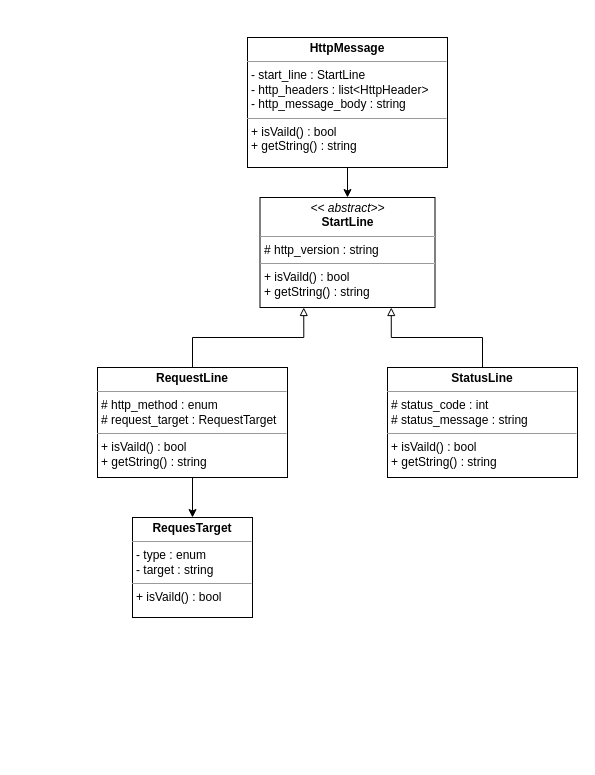
wkdtpgns5016/webserve keeps this draw.io diagram as page "HttpMessage" (2 of 3) of docs/Diagram.drawio. Above is the earlier version. Source tidied: cells renumbered, new cells numbered last; positions are measured from the earlier drawing's top-left corner, leaving out a move shared by most shapes. Both pictures are drawn from the tidied source at 100%, with x=0, y=0 at pixel (97, 37).
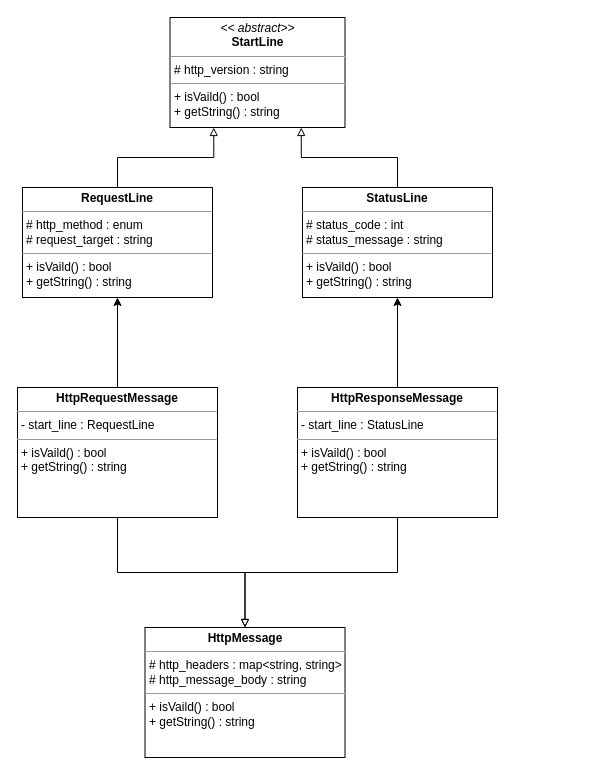
The same diagram, later.

Commit message (it also covers changes not shown here):
[Docs] HttpMessage 클래스 명세서 및 다이어그램 수정

Change to the diagram source:
```diff
@@
 <mxGraphModel>
   <root>
     <mxCell id="0" />
     <mxCell id="1" parent="0" />
     <mxCell id="2" value="&lt;p style=&quot;margin:0px;margin-top:4px;text-align:center;&quot;&gt;&lt;i&gt;&amp;lt;&amp;lt; abstract&amp;gt;&amp;gt;&lt;/i&gt;&lt;br&gt;&lt;b&gt;StartLine&lt;/b&gt;&lt;/p&gt;&lt;hr size=&quot;1&quot;&gt;&lt;p style=&quot;margin:0px;margin-left:4px;&quot;&gt;# http_version : string&lt;br&gt;&lt;/p&gt;&lt;hr size=&quot;1&quot;&gt;&lt;p style=&quot;margin:0px;margin-left:4px;&quot;&gt;+ isVaild() : bool&lt;/p&gt;&lt;p style=&quot;margin:0px;margin-left:4px;&quot;&gt;+ getString() : string&lt;/p&gt;" style="verticalAlign=top;align=left;overflow=fill;fontSize=12;fontFamily=Helvetica;html=1;whiteSpace=wrap;" parent="1" vertex="1">
-      <mxGeometry x="162.5" y="160" width="175" height="110" as="geometry" />
+      <mxGeometry x="72.5" y="-20" width="175" height="110" as="geometry" />
     </mxCell>
     <mxCell id="3" style="edgeStyle=orthogonalEdgeStyle;rounded=0;jettySize=auto;html=1;exitX=0.5;exitY=0;exitDx=0;exitDy=0;entryX=0.25;entryY=1;entryDx=0;entryDy=0;endArrow=block;endFill=0;" parent="1" edge="1" source="5" target="2">
       <mxGeometry relative="1" as="geometry" />
     </mxCell>
-    <mxCell id="4" style="edgeStyle=orthogonalEdgeStyle;rounded=0;jettySize=auto;html=1;exitX=0.5;exitY=1;exitDx=0;exitDy=0;entryX=0.5;entryY=0;entryDx=0;entryDy=0;" parent="1" edge="1" source="5" target="8">
-      <mxGeometry relative="1" as="geometry" />
-    </mxCell>
-    <mxCell id="5" value="&lt;p style=&quot;margin:0px;margin-top:4px;text-align:center;&quot;&gt;&lt;b&gt;RequestLine&lt;/b&gt;&lt;/p&gt;&lt;hr size=&quot;1&quot;&gt;&lt;p style=&quot;margin:0px;margin-left:4px;&quot;&gt;# http_method : enum&lt;/p&gt;&lt;p style=&quot;margin:0px;margin-left:4px;&quot;&gt;# request_target : RequestTarget&lt;/p&gt;&lt;hr size=&quot;1&quot;&gt;&lt;p style=&quot;border-color: var(--border-color); margin: 0px 0px 0px 4px;&quot;&gt;+ isVaild() : bool&lt;/p&gt;&lt;p style=&quot;border-color: var(--border-color); margin: 0px 0px 0px 4px;&quot;&gt;+ getString() : string&lt;/p&gt;" style="verticalAlign=top;align=left;overflow=fill;fontSize=12;fontFamily=Helvetica;html=1;whiteSpace=wrap;" parent="1" vertex="1">
-      <mxGeometry y="330" width="190" height="110" as="geometry" />
+    <mxCell id="5" value="&lt;p style=&quot;margin:0px;margin-top:4px;text-align:center;&quot;&gt;&lt;b&gt;RequestLine&lt;/b&gt;&lt;/p&gt;&lt;hr size=&quot;1&quot;&gt;&lt;p style=&quot;margin:0px;margin-left:4px;&quot;&gt;# http_method : enum&lt;/p&gt;&lt;p style=&quot;margin:0px;margin-left:4px;&quot;&gt;# request_target : string&lt;/p&gt;&lt;hr size=&quot;1&quot;&gt;&lt;p style=&quot;border-color: var(--border-color); margin: 0px 0px 0px 4px;&quot;&gt;+ isVaild() : bool&lt;/p&gt;&lt;p style=&quot;border-color: var(--border-color); margin: 0px 0px 0px 4px;&quot;&gt;+ getString() : string&lt;/p&gt;" style="verticalAlign=top;align=left;overflow=fill;fontSize=12;fontFamily=Helvetica;html=1;whiteSpace=wrap;" parent="1" vertex="1">
+      <mxGeometry x="-75" y="150" width="190" height="110" as="geometry" />
     </mxCell>
     <mxCell id="6" style="edgeStyle=orthogonalEdgeStyle;rounded=0;jettySize=auto;html=1;exitX=0.5;exitY=0;exitDx=0;exitDy=0;entryX=0.75;entryY=1;entryDx=0;entryDy=0;endArrow=block;endFill=0;" parent="1" edge="1" source="7" target="2">
       <mxGeometry relative="1" as="geometry" />
     </mxCell>
     <mxCell id="7" value="&lt;p style=&quot;margin:0px;margin-top:4px;text-align:center;&quot;&gt;&lt;b&gt;StatusLine&lt;/b&gt;&lt;/p&gt;&lt;hr size=&quot;1&quot;&gt;&lt;p style=&quot;margin:0px;margin-left:4px;&quot;&gt;# status_code : int&lt;/p&gt;&lt;p style=&quot;margin:0px;margin-left:4px;&quot;&gt;# status_message : string&lt;/p&gt;&lt;hr size=&quot;1&quot;&gt;&lt;p style=&quot;border-color: var(--border-color); margin: 0px 0px 0px 4px;&quot;&gt;+ isVaild() : bool&lt;/p&gt;&lt;p style=&quot;border-color: var(--border-color); margin: 0px 0px 0px 4px;&quot;&gt;+ getString() : string&lt;/p&gt;" style="verticalAlign=top;align=left;overflow=fill;fontSize=12;fontFamily=Helvetica;html=1;whiteSpace=wrap;" parent="1" vertex="1">
-      <mxGeometry x="290" y="330" width="190" height="110" as="geometry" />
+      <mxGeometry x="205" y="150" width="190" height="110" as="geometry" />
     </mxCell>
-    <mxCell id="8" value="&lt;p style=&quot;margin:0px;margin-top:4px;text-align:center;&quot;&gt;&lt;b&gt;RequesTarget&lt;/b&gt;&lt;/p&gt;&lt;hr size=&quot;1&quot;&gt;&lt;p style=&quot;margin:0px;margin-left:4px;&quot;&gt;- type : enum&lt;/p&gt;&lt;p style=&quot;margin:0px;margin-left:4px;&quot;&gt;- target : string&lt;/p&gt;&lt;hr size=&quot;1&quot;&gt;&lt;p style=&quot;border-color: var(--border-color); margin: 0px 0px 0px 4px;&quot;&gt;+ isVaild() : bool&lt;br&gt;&lt;/p&gt;" style="verticalAlign=top;align=left;overflow=fill;fontSize=12;fontFamily=Helvetica;html=1;whiteSpace=wrap;" parent="1" vertex="1">
-      <mxGeometry x="35" y="480" width="120" height="100" as="geometry" />
-    </mxCell>
-    <mxCell id="9" style="edgeStyle=orthogonalEdgeStyle;rounded=0;jettySize=auto;html=1;exitX=0.5;exitY=1;exitDx=0;exitDy=0;entryX=0.5;entryY=0;entryDx=0;entryDy=0;" parent="1" edge="1" source="10" target="2">
-      <mxGeometry relative="1" as="geometry" />
-    </mxCell>
-    <mxCell id="10" value="&lt;p style=&quot;margin:0px;margin-top:4px;text-align:center;&quot;&gt;&lt;b&gt;HttpMessage&lt;/b&gt;&lt;/p&gt;&lt;hr size=&quot;1&quot;&gt;&lt;p style=&quot;margin:0px;margin-left:4px;&quot;&gt;- start_line : StartLine&lt;/p&gt;&lt;p style=&quot;margin:0px;margin-left:4px;&quot;&gt;- http_headers : list&amp;lt;HttpHeader&amp;gt;&lt;br&gt;&lt;/p&gt;&lt;p style=&quot;margin:0px;margin-left:4px;&quot;&gt;- http_message_body : string&lt;/p&gt;&lt;hr size=&quot;1&quot;&gt;&lt;p style=&quot;margin:0px;margin-left:4px;&quot;&gt;+ isVaild() : bool&lt;/p&gt;&lt;p style=&quot;margin:0px;margin-left:4px;&quot;&gt;+ getString() : string&lt;/p&gt;" style="verticalAlign=top;align=left;overflow=fill;fontSize=12;fontFamily=Helvetica;html=1;whiteSpace=wrap;" parent="1" vertex="1">
-      <mxGeometry x="150" width="200" height="130" as="geometry" />
+    <mxCell id="10" value="&lt;p style=&quot;border-color: var(--border-color); margin: 4px 0px 0px; text-align: center;&quot;&gt;&lt;b style=&quot;border-color: var(--border-color);&quot;&gt;HttpMessage&lt;/b&gt;&lt;/p&gt;&lt;hr style=&quot;border-color: var(--border-color);&quot; size=&quot;1&quot;&gt;&lt;p style=&quot;border-color: var(--border-color); margin: 0px 0px 0px 4px;&quot;&gt;&lt;span style=&quot;background-color: initial;&quot;&gt;# http_headers : map&amp;lt;string, string&amp;gt;&lt;/span&gt;&lt;br&gt;&lt;/p&gt;&lt;p style=&quot;border-color: var(--border-color); margin: 0px 0px 0px 4px;&quot;&gt;# http_message_body : string&lt;/p&gt;&lt;hr size=&quot;1&quot;&gt;&lt;p style=&quot;margin:0px;margin-left:4px;&quot;&gt;+ isVaild() : bool&lt;/p&gt;&lt;p style=&quot;margin:0px;margin-left:4px;&quot;&gt;+ getString() : string&lt;/p&gt;" style="verticalAlign=top;align=left;overflow=fill;fontSize=12;fontFamily=Helvetica;html=1;whiteSpace=wrap;" parent="1" vertex="1">
+      <mxGeometry x="47.5" y="590" width="200" height="130" as="geometry" />
     </mxCell>
+    <mxCell id="11" style="edgeStyle=orthogonalEdgeStyle;rounded=0;jettySize=auto;html=1;exitX=0.5;exitY=1;exitDx=0;exitDy=0;entryX=0.5;entryY=0;entryDx=0;entryDy=0;endArrow=block;endFill=0;" parent="1" edge="1" source="13" target="10">
+      <mxGeometry relative="1" as="geometry" />
+    </mxCell>
+    <mxCell id="12" style="edgeStyle=orthogonalEdgeStyle;rounded=0;jettySize=auto;html=1;exitX=0.5;exitY=0;exitDx=0;exitDy=0;entryX=0.5;entryY=1;entryDx=0;entryDy=0;" parent="1" edge="1" source="13" target="5">
+      <mxGeometry relative="1" as="geometry" />
+    </mxCell>
+    <mxCell id="13" value="&lt;p style=&quot;margin:0px;margin-top:4px;text-align:center;&quot;&gt;&lt;b&gt;HttpRequestMessage&lt;/b&gt;&lt;/p&gt;&lt;hr size=&quot;1&quot;&gt;&lt;p style=&quot;margin:0px;margin-left:4px;&quot;&gt;- start_line : RequestLine&lt;br&gt;&lt;/p&gt;&lt;hr size=&quot;1&quot;&gt;&lt;p style=&quot;margin:0px;margin-left:4px;&quot;&gt;+ isVaild() : bool&lt;/p&gt;&lt;p style=&quot;margin:0px;margin-left:4px;&quot;&gt;+ getString() : string&lt;/p&gt;" style="verticalAlign=top;align=left;overflow=fill;fontSize=12;fontFamily=Helvetica;html=1;whiteSpace=wrap;" parent="1" vertex="1">
+      <mxGeometry x="-80" y="350" width="200" height="130" as="geometry" />
+    </mxCell>
+    <mxCell id="14" style="edgeStyle=orthogonalEdgeStyle;rounded=0;jettySize=auto;html=1;exitX=0.5;exitY=1;exitDx=0;exitDy=0;entryX=0.5;entryY=0;entryDx=0;entryDy=0;endArrow=block;endFill=0;" parent="1" edge="1" source="16" target="10">
+      <mxGeometry relative="1" as="geometry" />
+    </mxCell>
+    <mxCell id="15" style="edgeStyle=orthogonalEdgeStyle;rounded=0;jettySize=auto;html=1;exitX=0.5;exitY=0;exitDx=0;exitDy=0;entryX=0.5;entryY=1;entryDx=0;entryDy=0;" parent="1" edge="1" source="16" target="7">
+      <mxGeometry relative="1" as="geometry" />
+    </mxCell>
+    <mxCell id="16" value="&lt;p style=&quot;margin:0px;margin-top:4px;text-align:center;&quot;&gt;&lt;b&gt;HttpResponseMessage&lt;/b&gt;&lt;/p&gt;&lt;hr size=&quot;1&quot;&gt;&lt;p style=&quot;margin:0px;margin-left:4px;&quot;&gt;- start_line : StatusLine&lt;br&gt;&lt;/p&gt;&lt;hr size=&quot;1&quot;&gt;&lt;p style=&quot;margin:0px;margin-left:4px;&quot;&gt;+ isVaild() : bool&lt;/p&gt;&lt;p style=&quot;margin:0px;margin-left:4px;&quot;&gt;+ getString() : string&lt;/p&gt;" style="verticalAlign=top;align=left;overflow=fill;fontSize=12;fontFamily=Helvetica;html=1;whiteSpace=wrap;" parent="1" vertex="1">
+      <mxGeometry x="200" y="350" width="200" height="130" as="geometry" />
+    </mxCell>
   </root>
 </mxGraphModel>
```
